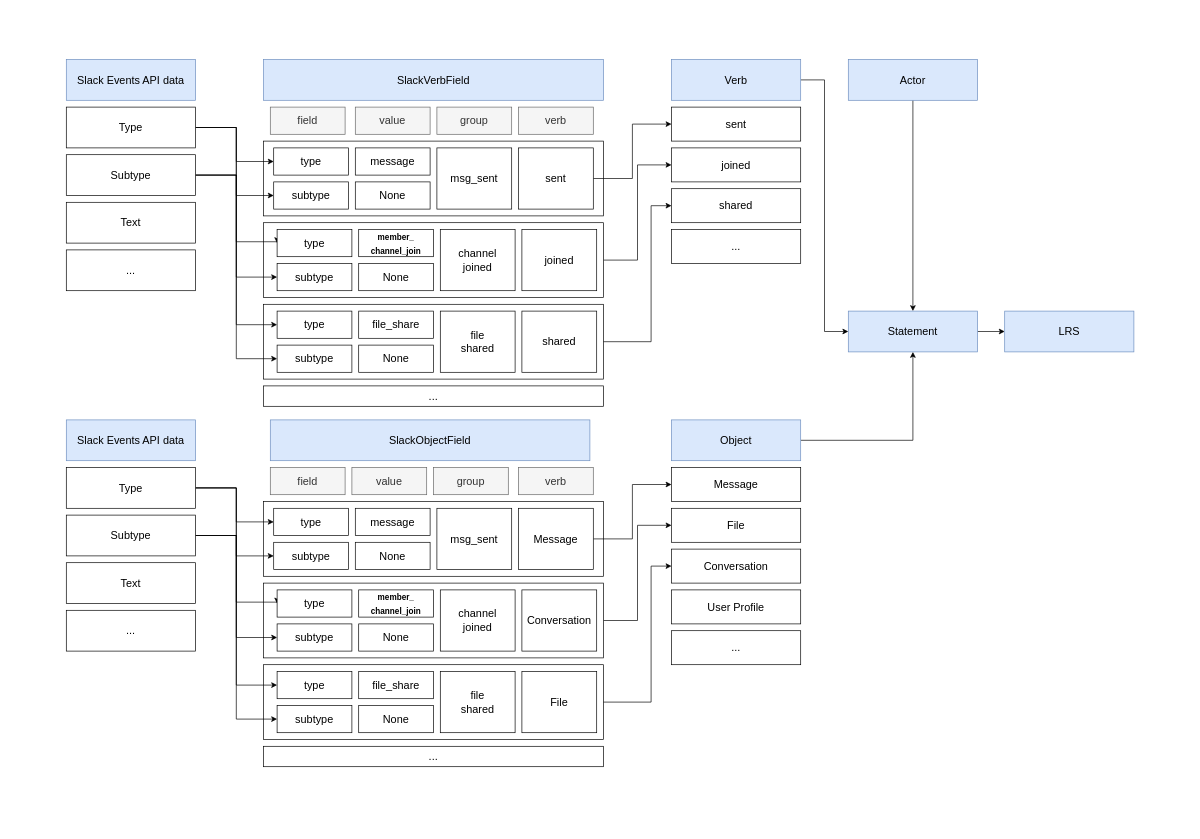
This is page "Mapping illustrtion" (3 of 3) of misc/Architecture Diagram.drawio from stefdworschak/slack-to-xapi, a draw.io file, before an edit. Source tidied: cells renumbered, new cells numbered last; positions are measured from the earlier drawing's top-left corner, leaving out a move shared by most shapes. Both pictures are drawn from the tidied source at 68%, with x=0, y=0 at pixel (12, 12).
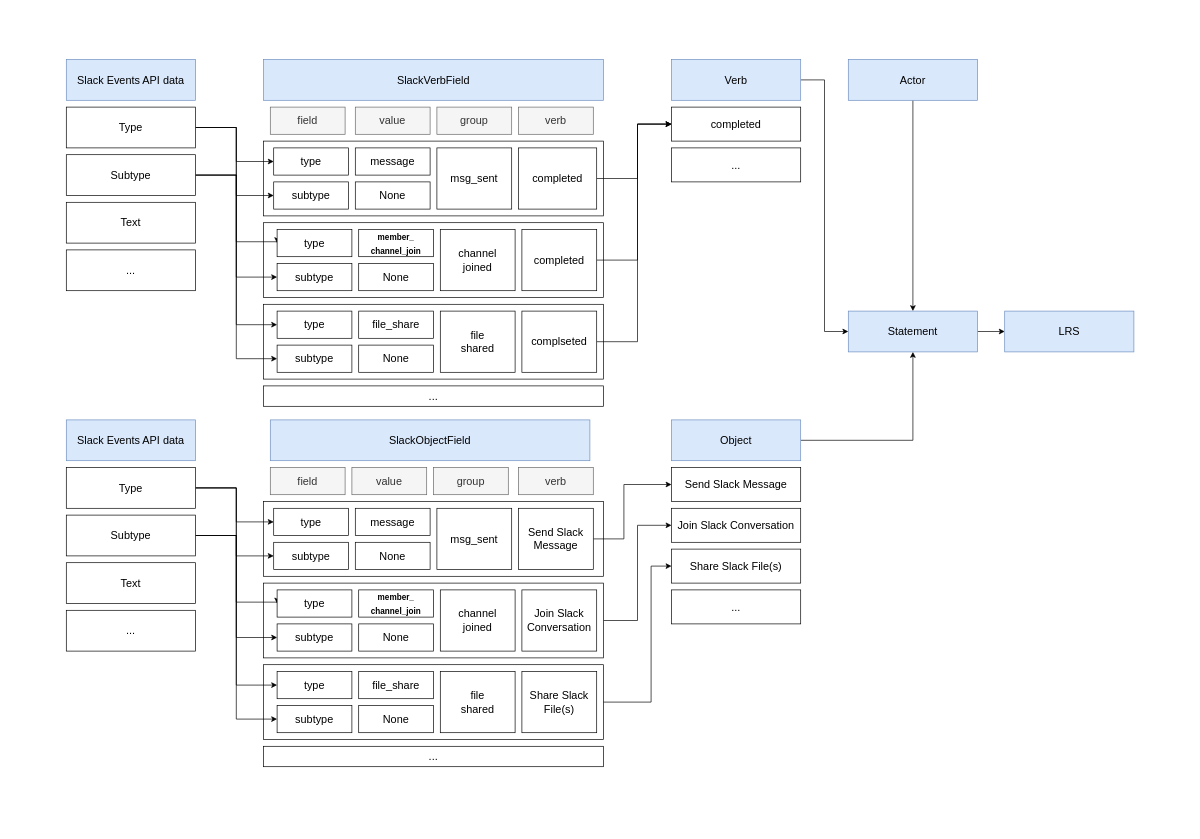
Above is the later version.

The change refers to these unchanged cells:
```xml
<mxCell id="3" style="rounded=0;whiteSpace=wrap;html=1;fontSize=16;" parent="1" vertex="1">
  <mxGeometry x="370" y="430" width="500" height="110" as="geometry" />
</mxCell>
<mxCell id="5" style="rounded=0;whiteSpace=wrap;html=1;fontSize=16;" parent="1" vertex="1">
  <mxGeometry x="370" y="310" width="500" height="110" as="geometry" />
</mxCell>
```

The edit, as a diff of the source:
```diff
@@
-    <mxCell id="4" style="edgeStyle=orthogonalEdgeStyle;rounded=0;jettySize=auto;html=1;exitX=1;exitY=0.5;exitDx=0;exitDy=0;entryX=0;entryY=0.5;entryDx=0;entryDy=0;fontSize=16;" parent="1" edge="1" source="5" target="33">
-      <mxGeometry relative="1" as="geometry" />
-    </mxCell>
@@
     <mxCell id="30" style="edgeStyle=orthogonalEdgeStyle;rounded=0;jettySize=auto;html=1;exitX=1;exitY=0.5;exitDx=0;exitDy=0;entryX=0;entryY=0.5;entryDx=0;entryDy=0;fontSize=16;" parent="1" edge="1" source="31" target="32">
-      <mxGeometry relative="1" as="geometry" />
+      <mxGeometry relative="1" as="geometry">
+        <Array as="points">
+          <mxPoint x="920" y="245" />
+          <mxPoint x="920" y="165" />
+        </Array>
+      </mxGeometry>
     </mxCell>
-    <mxCell id="31" value="sent" style="rounded=0;whiteSpace=wrap;html=1;fontSize=16;" parent="1" vertex="1">
-      <mxGeometry x="745" y="200" width="110" height="90" as="geometry" />
+    <mxCell id="31" value="completed" style="rounded=0;whiteSpace=wrap;html=1;fontSize=16;" parent="1" vertex="1">
+      <mxGeometry x="745" y="200" width="115" height="90" as="geometry" />
     </mxCell>
-    <mxCell id="32" value="sent" style="rounded=0;whiteSpace=wrap;html=1;fontSize=16;" parent="1" vertex="1">
+    <mxCell id="32" value="completed" style="rounded=0;whiteSpace=wrap;html=1;fontSize=16;" parent="1" vertex="1">
       <mxGeometry x="970" y="140" width="190" height="50" as="geometry" />
     </mxCell>
-    <mxCell id="33" value="joined" style="rounded=0;whiteSpace=wrap;html=1;fontSize=16;" parent="1" vertex="1">
-      <mxGeometry x="970" y="200" width="190" height="50" as="geometry" />
-    </mxCell>
-    <mxCell id="34" value="shared" style="rounded=0;whiteSpace=wrap;html=1;fontSize=16;" parent="1" vertex="1">
-      <mxGeometry x="970" y="260" width="190" height="50" as="geometry" />
-    </mxCell>
@@
+    <mxCell id="103" style="edgeStyle=orthogonalEdgeStyle;rounded=0;jettySize=auto;html=1;exitX=1;exitY=0.5;exitDx=0;exitDy=0;entryX=0;entryY=0.5;entryDx=0;entryDy=0;" parent="1" edge="1" source="40" target="32">
+      <mxGeometry relative="1" as="geometry">
+        <Array as="points">
+          <mxPoint x="920" y="365" />
+          <mxPoint x="920" y="165" />
+        </Array>
+      </mxGeometry>
+    </mxCell>
-    <mxCell id="40" value="joined" style="rounded=0;whiteSpace=wrap;html=1;fontSize=16;" parent="1" vertex="1">
+    <mxCell id="40" value="completed" style="rounded=0;whiteSpace=wrap;html=1;fontSize=16;" parent="1" vertex="1">
       <mxGeometry x="750" y="320" width="110" height="90" as="geometry" />
     </mxCell>
-    <mxCell id="41" style="edgeStyle=orthogonalEdgeStyle;rounded=0;jettySize=auto;html=1;exitX=1;exitY=0.5;exitDx=0;exitDy=0;entryX=0;entryY=0.5;entryDx=0;entryDy=0;fontSize=16;" parent="1" edge="1" source="3" target="34">
-      <mxGeometry relative="1" as="geometry">
-        <Array as="points">
-          <mxPoint x="940" y="485" />
-          <mxPoint x="940" y="285" />
-        </Array>
-      </mxGeometry>
-    </mxCell>
@@
+    <mxCell id="104" style="edgeStyle=orthogonalEdgeStyle;rounded=0;jettySize=auto;html=1;exitX=1;exitY=0.5;exitDx=0;exitDy=0;entryX=0;entryY=0.5;entryDx=0;entryDy=0;" parent="1" edge="1" source="47" target="32">
+      <mxGeometry relative="1" as="geometry">
+        <Array as="points">
+          <mxPoint x="920" y="485" />
+          <mxPoint x="920" y="165" />
+        </Array>
+      </mxGeometry>
+    </mxCell>
-    <mxCell id="47" value="shared" style="rounded=0;whiteSpace=wrap;html=1;fontSize=16;" parent="1" vertex="1">
+    <mxCell id="47" value="complseted" style="rounded=0;whiteSpace=wrap;html=1;fontSize=16;" parent="1" vertex="1">
       <mxGeometry x="750" y="440" width="110" height="90" as="geometry" />
     </mxCell>
@@
     <mxCell id="75" style="edgeStyle=orthogonalEdgeStyle;rounded=0;jettySize=auto;html=1;exitX=1;exitY=0.5;exitDx=0;exitDy=0;entryX=0;entryY=0.5;entryDx=0;entryDy=0;fontSize=16;" parent="1" edge="1" source="76" target="77">
-      <mxGeometry relative="1" as="geometry" />
+      <mxGeometry relative="1" as="geometry">
+        <Array as="points">
+          <mxPoint x="900" y="775" />
+          <mxPoint x="900" y="695" />
+        </Array>
+      </mxGeometry>
     </mxCell>
-    <mxCell id="76" value="Message" style="rounded=0;whiteSpace=wrap;html=1;fontSize=16;" parent="1" vertex="1">
+    <mxCell id="76" value="Send Slack Message" style="rounded=0;whiteSpace=wrap;html=1;fontSize=16;" parent="1" vertex="1">
       <mxGeometry x="745" y="730" width="110" height="90" as="geometry" />
     </mxCell>
-    <mxCell id="77" value="Message" style="rounded=0;whiteSpace=wrap;html=1;fontSize=16;" parent="1" vertex="1">
+    <mxCell id="77" value="Send Slack Message" style="rounded=0;whiteSpace=wrap;html=1;fontSize=16;" parent="1" vertex="1">
       <mxGeometry x="970" y="670" width="190" height="50" as="geometry" />
     </mxCell>
-    <mxCell id="78" value="File" style="rounded=0;whiteSpace=wrap;html=1;fontSize=16;" parent="1" vertex="1">
+    <mxCell id="78" value="Join Slack Conversation" style="rounded=0;whiteSpace=wrap;html=1;fontSize=16;" parent="1" vertex="1">
       <mxGeometry x="970" y="730" width="190" height="50" as="geometry" />
     </mxCell>
-    <mxCell id="79" value="Conversation" style="rounded=0;whiteSpace=wrap;html=1;fontSize=16;" parent="1" vertex="1">
+    <mxCell id="79" value="Share Slack File(s)" style="rounded=0;whiteSpace=wrap;html=1;fontSize=16;" parent="1" vertex="1">
       <mxGeometry x="970" y="790" width="190" height="50" as="geometry" />
     </mxCell>
@@
-    <mxCell id="85" value="Conversation" style="rounded=0;whiteSpace=wrap;html=1;fontSize=16;" parent="1" vertex="1">
+    <mxCell id="85" value="Join Slack Conversation" style="rounded=0;whiteSpace=wrap;html=1;fontSize=16;" parent="1" vertex="1">
       <mxGeometry x="750" y="850" width="110" height="90" as="geometry" />
     </mxCell>
@@
-    <mxCell id="92" value="File" style="rounded=0;whiteSpace=wrap;html=1;fontSize=16;" parent="1" vertex="1">
+    <mxCell id="92" value="Share Slack File(s)" style="rounded=0;whiteSpace=wrap;html=1;fontSize=16;" parent="1" vertex="1">
       <mxGeometry x="750" y="970" width="110" height="90" as="geometry" />
     </mxCell>
@@
-    <mxCell id="98" value="User Profile" style="rounded=0;whiteSpace=wrap;html=1;fontSize=16;" parent="1" vertex="1">
-      <mxGeometry x="970" y="850" width="190" height="50" as="geometry" />
-    </mxCell>
@@
     <mxCell id="100" value="..." style="rounded=0;whiteSpace=wrap;html=1;fontSize=16;" parent="1" vertex="1">
-      <mxGeometry x="970" y="910" width="190" height="50" as="geometry" />
+      <mxGeometry x="970" y="850" width="190" height="50" as="geometry" />
     </mxCell>
+    <mxCell id="102" value="..." style="rounded=0;whiteSpace=wrap;html=1;fontSize=16;" parent="1" vertex="1">
+      <mxGeometry x="370" y="550" width="500" height="30" as="geometry" />
+    </mxCell>
     <mxCell id="101" value="..." style="rounded=0;whiteSpace=wrap;html=1;fontSize=16;" parent="1" vertex="1">
-      <mxGeometry x="970" y="320" width="190" height="50" as="geometry" />
+      <mxGeometry x="970" y="200" width="190" height="50" as="geometry" />
     </mxCell>
-    <mxCell id="102" value="..." style="rounded=0;whiteSpace=wrap;html=1;fontSize=16;" parent="1" vertex="1">
-      <mxGeometry x="370" y="550" width="500" height="30" as="geometry" />
-    </mxCell>
```
